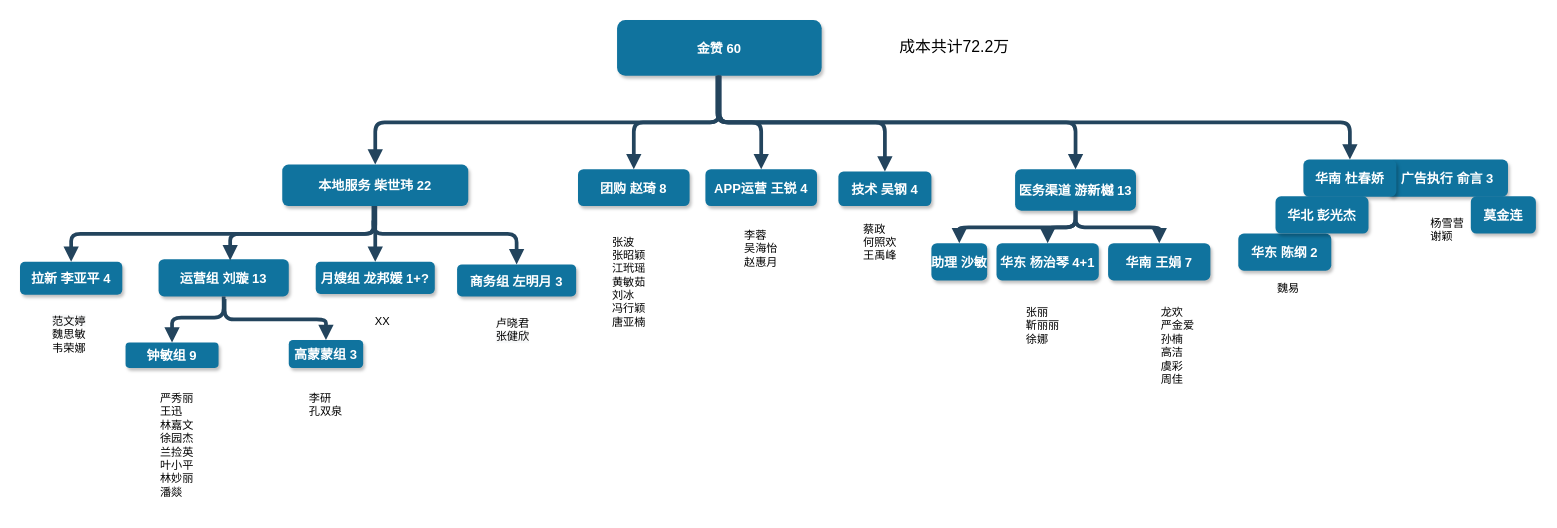
Above: page "辣妈帮" (1 of 2) of reorg-2021Feb.drawio in wholehope/diagram (draw.io), before the change. Source tidied: cells renumbered, new cells numbered last; positions are measured from the earlier drawing's top-left corner, leaving out a move shared by most shapes. Both pictures are drawn from the tidied source at 93%, with x=0, y=0 at pixel (20, 20).
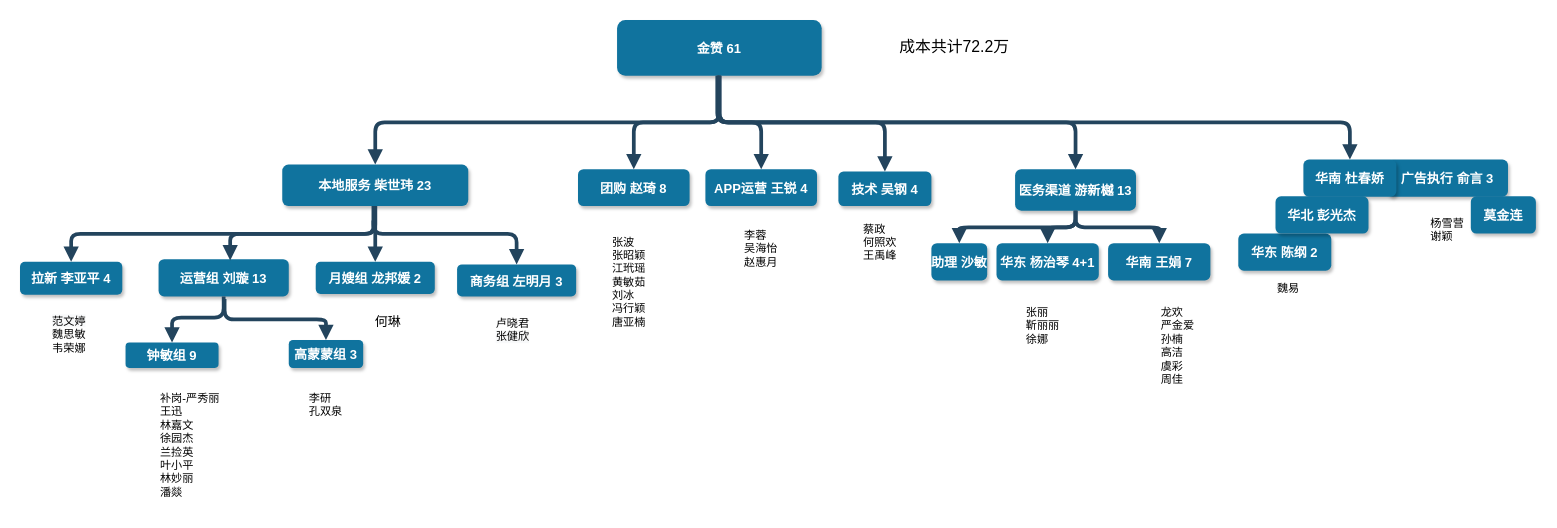
After the change.

Diff of the diagram source:
```diff
@@
-    <mxCell id="2" value="金赞 60" style="rounded=1;fillColor=#10739E;strokeColor=none;shadow=1;gradientColor=none;fontStyle=1;fontColor=#FFFFFF;fontSize=14;" parent="1" vertex="1">
+    <mxCell id="2" value="金赞 61" style="rounded=1;fillColor=#10739E;strokeColor=none;shadow=1;gradientColor=none;fontStyle=1;fontColor=#FFFFFF;fontSize=14;" parent="1" vertex="1">
       <mxGeometry x="642" width="220" height="60" as="geometry" />
     </mxCell>
-    <mxCell id="3" value="本地服务 柴世玮 22" style="rounded=1;fillColor=#10739E;strokeColor=none;shadow=1;gradientColor=none;fontStyle=1;fontColor=#FFFFFF;fontSize=14;" parent="1" vertex="1">
+    <mxCell id="3" value="本地服务 柴世玮 23" style="rounded=1;fillColor=#10739E;strokeColor=none;shadow=1;gradientColor=none;fontStyle=1;fontColor=#FFFFFF;fontSize=14;" parent="1" vertex="1">
       <mxGeometry x="282" y="155.5" width="200" height="44.5" as="geometry" />
     </mxCell>
@@
-    <mxCell id="10" value="月嫂组 龙邦媛 1+?" style="rounded=1;fillColor=#10739E;strokeColor=none;shadow=1;gradientColor=none;fontStyle=1;fontColor=#FFFFFF;fontSize=14;" parent="1" vertex="1">
+    <mxCell id="10" value="月嫂组 龙邦媛 2" style="rounded=1;fillColor=#10739E;strokeColor=none;shadow=1;gradientColor=none;fontStyle=1;fontColor=#FFFFFF;fontSize=14;" parent="1" vertex="1">
       <mxGeometry x="318" y="260" width="128" height="34.5" as="geometry" />
     </mxCell>
@@
-    <mxCell id="22" value="严秀丽&lt;br&gt;王迅&lt;br&gt;林嘉文&lt;br&gt;徐园杰&lt;br&gt;兰捡英&lt;br&gt;叶小平&lt;br&gt;林妙丽&lt;br&gt;潘燚" style="text;whiteSpace=wrap;html=1;" parent="1" vertex="1">
-      <mxGeometry x="149" y="392.8" width="51" height="120" as="geometry" />
+    <mxCell id="22" value="补岗-严秀丽&lt;br&gt;王迅&lt;br&gt;林嘉文&lt;br&gt;徐园杰&lt;br&gt;兰捡英&lt;br&gt;叶小平&lt;br&gt;林妙丽&lt;br&gt;潘燚" style="text;whiteSpace=wrap;html=1;" parent="1" vertex="1">
+      <mxGeometry x="149" y="392.8" width="71" height="137.2" as="geometry" />
     </mxCell>
@@
-    <mxCell id="30" value="XX" style="text;whiteSpace=wrap;html=1;" parent="1" vertex="1">
+    <mxCell id="30" value="&lt;span style=&quot;font-family: &amp;#34;lucida grande&amp;#34; , &amp;#34;verdana&amp;#34; ; font-size: 14px ; background-color: rgb(255 , 255 , 255)&quot;&gt;何琳&lt;/span&gt;" style="text;whiteSpace=wrap;html=1;" parent="1" vertex="1">
       <mxGeometry x="380" y="310" width="40" height="42.8" as="geometry" />
     </mxCell>
```
